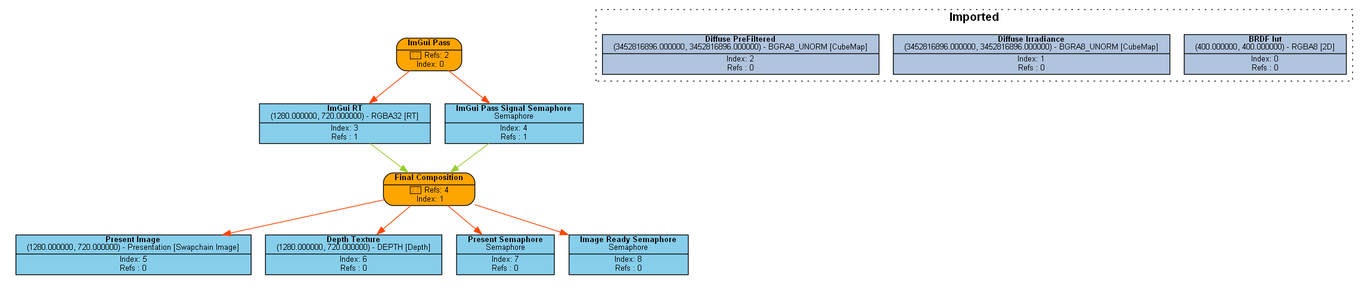
Above: Engine/content/FrameGraphs/PNG/frame_graph_test.png in Pikachuxxxx/Razix (Graphviz), before the change. Its source is kept beside it as Engine/content/FrameGraphs/frame_graph_test.dot.
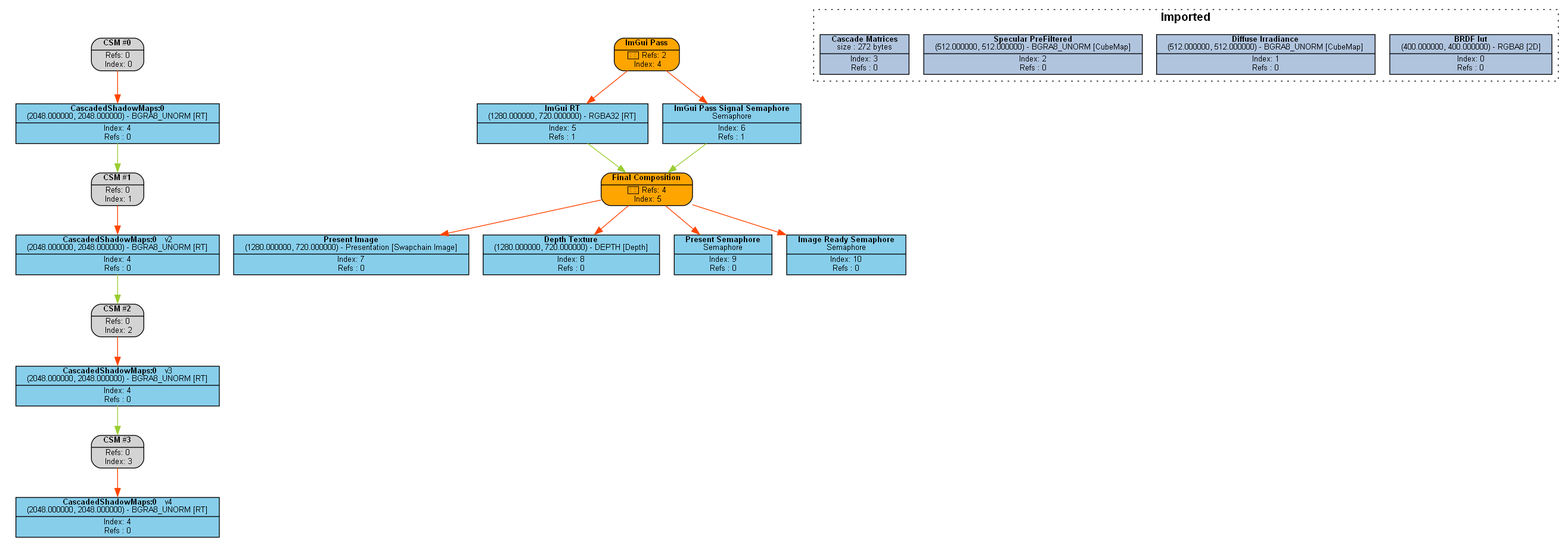
Later version of the same file.

Diff of the diagram source:
```diff
@@ -2,42 +2,72 @@
 graph [style=invis, rankdir="TB" ordering=out, splines=spline]
 node [shape=record, fontname="helvetica", fontsize=10, margin="0.2,0.03"]
 
-P0 [label=<{ {<B>ImGui Pass</B>} | {&#x2605; Refs: 2<BR/> Index: 0} }> style="rounded,filled", fillcolor=orange]
-P1 [label=<{ {<B>Final Composition</B>} | {&#x2605; Refs: 4<BR/> Index: 1} }> style="rounded,filled", fillcolor=orange]
+P0 [label=<{ {<B>CSM #0</B>} | {Refs: 0<BR/> Index: 0} }> style="rounded,filled", fillcolor=lightgray]
+P1 [label=<{ {<B>CSM #1</B>} | {Refs: 0<BR/> Index: 1} }> style="rounded,filled", fillcolor=lightgray]
+P2 [label=<{ {<B>CSM #2</B>} | {Refs: 0<BR/> Index: 2} }> style="rounded,filled", fillcolor=lightgray]
+P3 [label=<{ {<B>CSM #3</B>} | {Refs: 0<BR/> Index: 3} }> style="rounded,filled", fillcolor=lightgray]
+P4 [label=<{ {<B>ImGui Pass</B>} | {&#x2605; Refs: 2<BR/> Index: 4} }> style="rounded,filled", fillcolor=orange]
+P5 [label=<{ {<B>Final Composition</B>} | {&#x2605; Refs: 4<BR/> Index: 5} }> style="rounded,filled", fillcolor=orange]
 
 R0_1 [label=<{ {<B>BRDF lut</B><BR/>(400.000000, 400.000000) - RGBA8 [2D]} | {Index: 0<BR/>Refs : 0} }> style=filled, fillcolor=lightsteelblue]
-R1_1 [label=<{ {<B>Diffuse Irradiance</B><BR/>(3452816896.000000, 3452816896.000000) - BGRA8_UNORM [CubeMap]} | {Index: 1<BR/>Refs : 0} }> style=filled, fillcolor=lightsteelblue]
-R2_1 [label=<{ {<B>Diffuse PreFiltered</B><BR/>(3452816896.000000, 3452816896.000000) - BGRA8_UNORM [CubeMap]} | {Index: 2<BR/>Refs : 0} }> style=filled, fillcolor=lightsteelblue]
-R3_1 [label=<{ {<B>ImGui RT</B><BR/>(1280.000000, 720.000000) - RGBA32 [RT]} | {Index: 3<BR/>Refs : 1} }> style=filled, fillcolor=skyblue]
-R4_1 [label=<{ {<B>ImGui Pass Signal Semaphore</B><BR/>Semaphore} | {Index: 4<BR/>Refs : 1} }> style=filled, fillcolor=skyblue]
-R5_1 [label=<{ {<B>Present Image</B><BR/>(1280.000000, 720.000000) - Presentation [Swapchain Image]} | {Index: 5<BR/>Refs : 0} }> style=filled, fillcolor=skyblue]
-R6_1 [label=<{ {<B>Depth Texture</B><BR/>(1280.000000, 720.000000) - DEPTH [Depth]} | {Index: 6<BR/>Refs : 0} }> style=filled, fillcolor=skyblue]
-R7_1 [label=<{ {<B>Present Semaphore</B><BR/>Semaphore} | {Index: 7<BR/>Refs : 0} }> style=filled, fillcolor=skyblue]
-R8_1 [label=<{ {<B>Image Ready Semaphore</B><BR/>Semaphore} | {Index: 8<BR/>Refs : 0} }> style=filled, fillcolor=skyblue]
+R1_1 [label=<{ {<B>Diffuse Irradiance</B><BR/>(512.000000, 512.000000) - BGRA8_UNORM [CubeMap]} | {Index: 1<BR/>Refs : 0} }> style=filled, fillcolor=lightsteelblue]
+R2_1 [label=<{ {<B>Specular PreFiltered</B><BR/>(512.000000, 512.000000) - BGRA8_UNORM [CubeMap]} | {Index: 2<BR/>Refs : 0} }> style=filled, fillcolor=lightsteelblue]
+R3_1 [label=<{ {<B>Cascade Matrices</B><BR/>size : 272 bytes} | {Index: 3<BR/>Refs : 0} }> style=filled, fillcolor=lightsteelblue]
+R4_1 [label=<{ {<B>CascadedShadowMaps:0</B><BR/>(2048.000000, 2048.000000) - BGRA8_UNORM [RT]} | {Index: 4<BR/>Refs : 0} }> style=filled, fillcolor=skyblue]
+R4_2 [label=<{ {<B>CascadedShadowMaps:0</B>   <FONT>v2</FONT><BR/>(2048.000000, 2048.000000) - BGRA8_UNORM [RT]} | {Index: 4<BR/>Refs : 0} }> style=filled, fillcolor=skyblue]
+R4_3 [label=<{ {<B>CascadedShadowMaps:0</B>   <FONT>v3</FONT><BR/>(2048.000000, 2048.000000) - BGRA8_UNORM [RT]} | {Index: 4<BR/>Refs : 0} }> style=filled, fillcolor=skyblue]
+R4_4 [label=<{ {<B>CascadedShadowMaps:0</B>   <FONT>v4</FONT><BR/>(2048.000000, 2048.000000) - BGRA8_UNORM [RT]} | {Index: 4<BR/>Refs : 0} }> style=filled, fillcolor=skyblue]
+R5_1 [label=<{ {<B>ImGui RT</B><BR/>(1280.000000, 720.000000) - RGBA32 [RT]} | {Index: 5<BR/>Refs : 1} }> style=filled, fillcolor=skyblue]
+R6_1 [label=<{ {<B>ImGui Pass Signal Semaphore</B><BR/>Semaphore} | {Index: 6<BR/>Refs : 1} }> style=filled, fillcolor=skyblue]
+R7_1 [label=<{ {<B>Present Image</B><BR/>(1280.000000, 720.000000) - Presentation [Swapchain Image]} | {Index: 7<BR/>Refs : 0} }> style=filled, fillcolor=skyblue]
+R8_1 [label=<{ {<B>Depth Texture</B><BR/>(1280.000000, 720.000000) - DEPTH [Depth]} | {Index: 8<BR/>Refs : 0} }> style=filled, fillcolor=skyblue]
+R9_1 [label=<{ {<B>Present Semaphore</B><BR/>Semaphore} | {Index: 9<BR/>Refs : 0} }> style=filled, fillcolor=skyblue]
+R10_1 [label=<{ {<B>Image Ready Semaphore</B><BR/>Semaphore} | {Index: 10<BR/>Refs : 0} }> style=filled, fillcolor=skyblue]
 
-P0 -> { R3_1 R4_1 } [color=orangered]
-P1 -> { R5_1 R6_1 R7_1 R8_1 } [color=orangered]
+P0 -> { R4_1 } [color=orangered]
+P1 -> { R4_2 } [color=orangered]
+P2 -> { R4_3 } [color=orangered]
+P3 -> { R4_4 } [color=orangered]
+P4 -> { R5_1 R6_1 } [color=orangered]
+P5 -> { R7_1 R8_1 R9_1 R10_1 } [color=orangered]
 
 R0_1 -> { } [color=olivedrab3]
 R1_1 -> { } [color=olivedrab3]
 R2_1 -> { } [color=olivedrab3]
-R3_1 -> { P1 } [color=olivedrab3]
+R3_1 -> { } [color=olivedrab3]
 R4_1 -> { P1 } [color=olivedrab3]
-R5_1 -> { } [color=olivedrab3]
-R6_1 -> { } [color=olivedrab3]
+R4_2 -> { P2 } [color=olivedrab3]
+R4_3 -> { P3 } [color=olivedrab3]
+R4_4 -> { } [color=olivedrab3]
+R5_1 -> { P5 } [color=olivedrab3]
+R6_1 -> { P5 } [color=olivedrab3]
 R7_1 -> { } [color=olivedrab3]
 R8_1 -> { } [color=olivedrab3]
+R9_1 -> { } [color=olivedrab3]
+R10_1 -> { } [color=olivedrab3]
 
 subgraph cluster_0 {
-P0 R3_1 R4_1
+P0 R4_1
 }
 subgraph cluster_1 {
-P1 R5_1 R6_1 R7_1 R8_1
+P1
+}
+subgraph cluster_2 {
+P2
+}
+subgraph cluster_3 {
+P3
+}
+subgraph cluster_4 {
+P4 R5_1 R6_1
+}
+subgraph cluster_5 {
+P5 R7_1 R8_1 R9_1 R10_1
 }
 
 subgraph cluster_imported_resources {
 graph [style=dotted, fontname="helvetica", label=< <B>Imported</B> >]
-R0_1 R1_1 R2_1
+R0_1 R1_1 R2_1 R3_1
 }
 
 }
```
